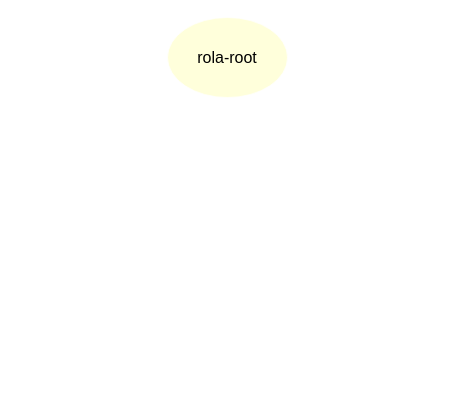
Above: page "Scratchpad" (1 of 5) of TypeScript.drawio in gjungb/Zeichnungen (draw.io), before the change. Source tidied: cells renumbered, new cells numbered last; positions are measured from the earlier drawing's top-left corner, leaving out a move shared by most shapes. Both pictures are drawn from the tidied source at 100%, with x=0, y=0 at pixel (167, 17).
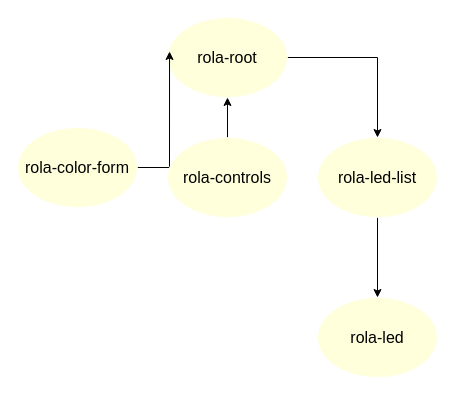
Above is the later version.

What changed in the source:
```diff
@@
 <mxGraphModel>
   <root>
     <mxCell id="0" />
     <mxCell id="1" parent="0" />
+    <mxCell id="3" style="edgeStyle=orthogonalEdgeStyle;rounded=0;jettySize=auto;html=1;" parent="1" edge="1" source="2" target="7">
+      <mxGeometry relative="1" as="geometry" />
+    </mxCell>
     <mxCell id="2" value="rola-root" style="ellipse;whiteSpace=wrap;html=1;strokeColor=#FFFFFF;fillColor=#FFFFCC;fontFamily=Fira Code;fontSize=16;fontColor=#000000;opacity=70;align=center;" parent="1" vertex="1">
       <mxGeometry width="120" height="80" as="geometry" />
     </mxCell>
+    <mxCell id="4" style="edgeStyle=orthogonalEdgeStyle;rounded=0;jettySize=auto;html=1;entryX=0.017;entryY=0.425;entryDx=0;entryDy=0;entryPerimeter=0;" parent="1" edge="1" source="5" target="2">
+      <mxGeometry relative="1" as="geometry" />
+    </mxCell>
+    <mxCell id="5" value="rola-color-form" style="ellipse;whiteSpace=wrap;html=1;strokeColor=#FFFFFF;fillColor=#FFFFCC;fontFamily=Fira Code;fontSize=16;fontColor=#000000;opacity=70;align=center;" parent="1" vertex="1">
+      <mxGeometry x="-150" y="110" width="120" height="80" as="geometry" />
+    </mxCell>
+    <mxCell id="6" style="edgeStyle=orthogonalEdgeStyle;rounded=0;jettySize=auto;html=1;" parent="1" edge="1" source="7" target="8">
+      <mxGeometry relative="1" as="geometry" />
+    </mxCell>
+    <mxCell id="7" value="rola-led-list" style="ellipse;whiteSpace=wrap;html=1;strokeColor=#FFFFFF;fillColor=#FFFFCC;fontFamily=Fira Code;fontSize=16;fontColor=#000000;opacity=70;align=center;" parent="1" vertex="1">
+      <mxGeometry x="150" y="120" width="120" height="80" as="geometry" />
+    </mxCell>
+    <mxCell id="8" value="rola-led" style="ellipse;whiteSpace=wrap;html=1;strokeColor=#FFFFFF;fillColor=#FFFFCC;fontFamily=Fira Code;fontSize=16;fontColor=#000000;opacity=70;align=center;" parent="1" vertex="1">
+      <mxGeometry x="150" y="280" width="120" height="80" as="geometry" />
+    </mxCell>
+    <mxCell id="9" style="edgeStyle=orthogonalEdgeStyle;rounded=0;jettySize=auto;html=1;" parent="1" edge="1" source="10" target="2">
+      <mxGeometry relative="1" as="geometry" />
+    </mxCell>
+    <mxCell id="10" value="rola-controls" style="ellipse;whiteSpace=wrap;html=1;strokeColor=#FFFFFF;fillColor=#FFFFCC;fontFamily=Fira Code;fontSize=16;fontColor=#000000;opacity=70;align=center;" parent="1" vertex="1">
+      <mxGeometry y="120" width="120" height="80" as="geometry" />
+    </mxCell>
   </root>
 </mxGraphModel>
```
